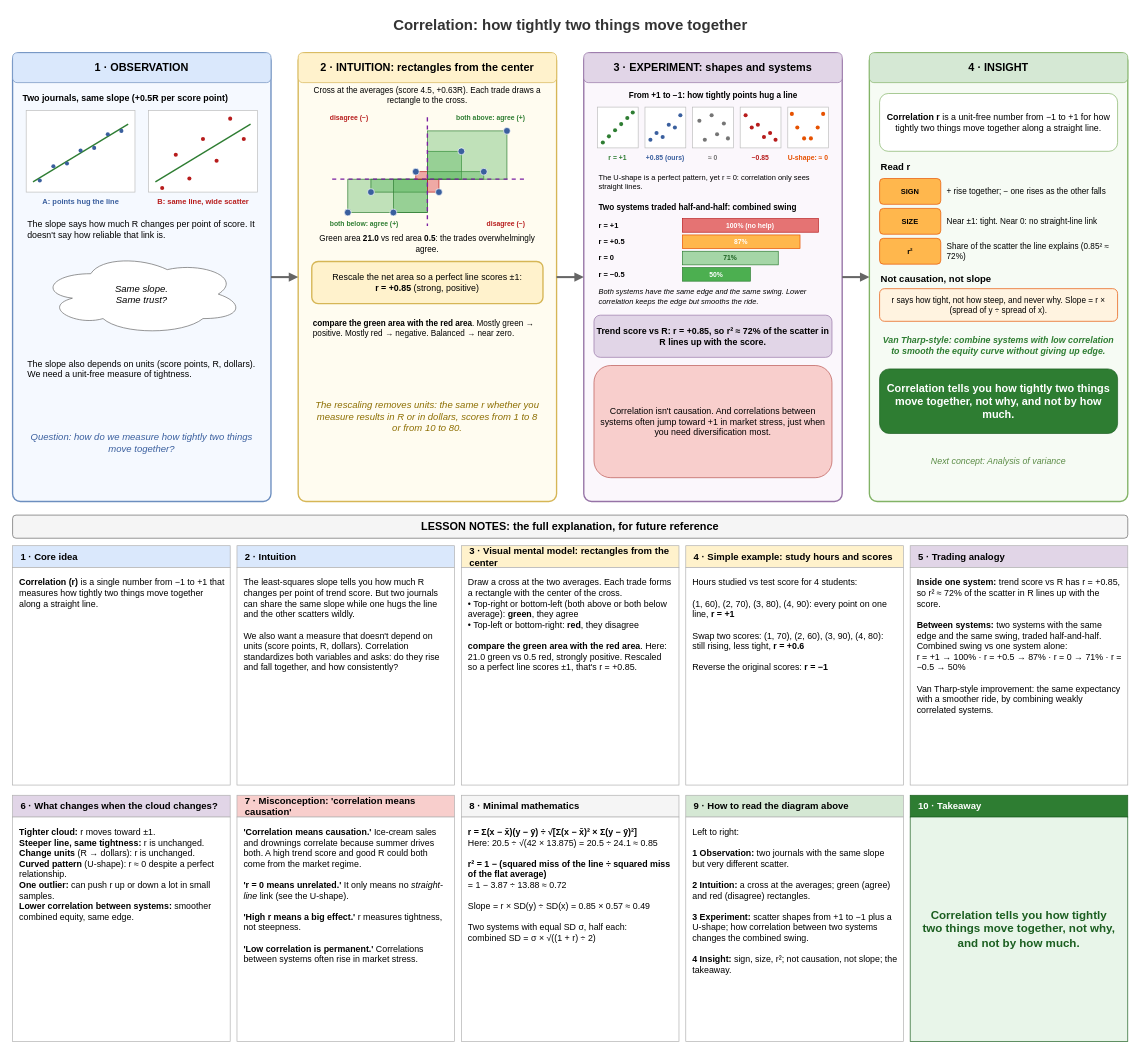
The draw.io diagram page "02 Correlation" (2 of 3) of seeing-theory/06-regression-analysis.drawio in raj-champaneriya-ibm/continuous-learning, before the edit. Source tidied: cells renumbered, new cells numbered last; positions are measured from the earlier drawing's top-left corner, leaving out a move shared by most shapes. Both pictures are drawn from the tidied source at 68%, with x=0, y=0 at pixel (12, 12).
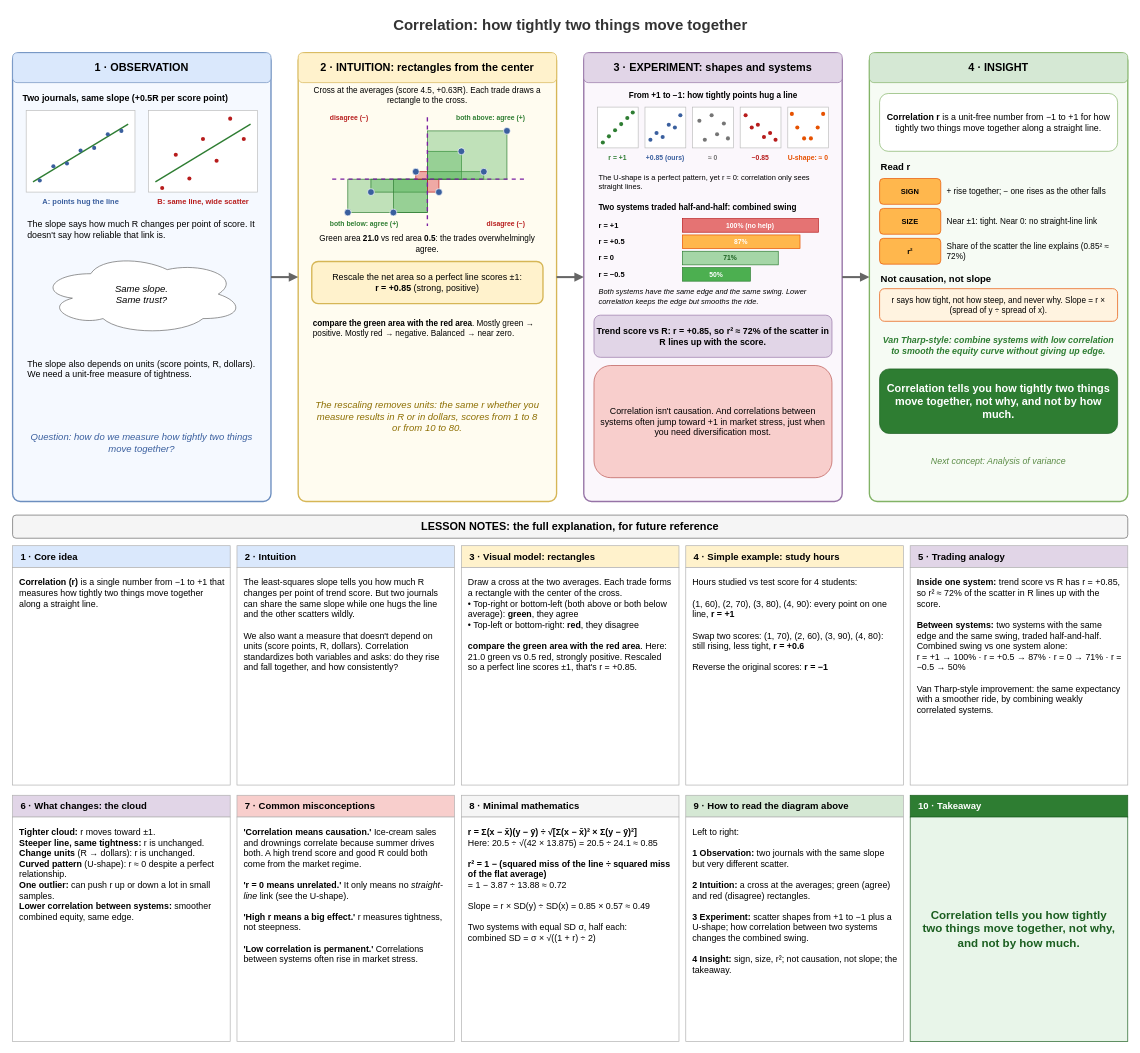
The same diagram, later.

Diff of the diagram source:
```diff
@@
-    <mxCell id="138" value="3 · Visual mental model: rectangles from the center" style="rounded=0;whiteSpace=wrap;html=1;fillColor=#fff2cc;strokeColor=#B0B0B0;align=left;spacingLeft=10;fontSize=14;fontStyle=1;" parent="1" vertex="1">
+    <mxCell id="138" value="3 · Visual model: rectangles" style="rounded=0;whiteSpace=wrap;html=1;fillColor=#fff2cc;strokeColor=#B0B0B0;align=left;spacingLeft=10;fontSize=14;fontStyle=1;" parent="1" vertex="1">
       <mxGeometry x="660" y="785" width="320" height="32" as="geometry" />
     </mxCell>
@@
-    <mxCell id="140" value="4 · Simple example: study hours and scores" style="rounded=0;whiteSpace=wrap;html=1;fillColor=#fff2cc;strokeColor=#B0B0B0;align=left;spacingLeft=10;fontSize=14;fontStyle=1;" parent="1" vertex="1">
+    <mxCell id="140" value="4 · Simple example: study hours" style="rounded=0;whiteSpace=wrap;html=1;fillColor=#fff2cc;strokeColor=#B0B0B0;align=left;spacingLeft=10;fontSize=14;fontStyle=1;" parent="1" vertex="1">
       <mxGeometry x="990" y="785" width="320" height="32" as="geometry" />
     </mxCell>
@@
-    <mxCell id="144" value="6 · What changes when the cloud changes?" style="rounded=0;whiteSpace=wrap;html=1;fillColor=#e1d5e7;strokeColor=#B0B0B0;align=left;spacingLeft=10;fontSize=14;fontStyle=1;" parent="1" vertex="1">
+    <mxCell id="144" value="6 · What changes: the cloud" style="rounded=0;whiteSpace=wrap;html=1;fillColor=#e1d5e7;strokeColor=#B0B0B0;align=left;spacingLeft=10;fontSize=14;fontStyle=1;" parent="1" vertex="1">
       <mxGeometry y="1152" width="320" height="32" as="geometry" />
     </mxCell>
@@
-    <mxCell id="146" value="7 · Misconception: 'correlation means causation'" style="rounded=0;whiteSpace=wrap;html=1;fillColor=#f8cecc;strokeColor=#B0B0B0;align=left;spacingLeft=10;fontSize=14;fontStyle=1;" parent="1" vertex="1">
+    <mxCell id="146" value="7 · Common misconceptions" style="rounded=0;whiteSpace=wrap;html=1;fillColor=#f8cecc;strokeColor=#B0B0B0;align=left;spacingLeft=10;fontSize=14;fontStyle=1;" parent="1" vertex="1">
       <mxGeometry x="330" y="1152" width="320" height="32" as="geometry" />
     </mxCell>
```
